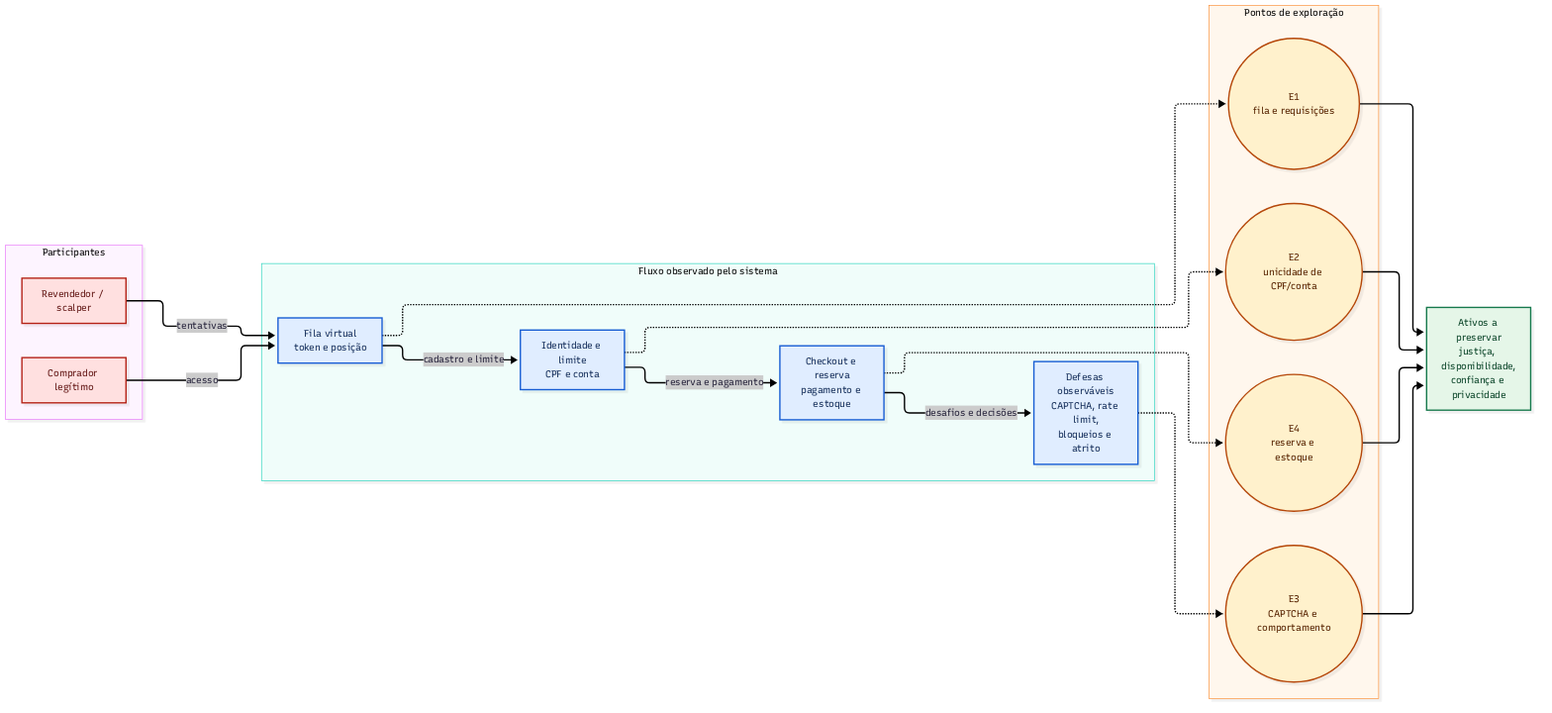
The Mermaid diagram diagramas/superficie-de-ataque.png in felipehscherer/trabalho-engenharia-adversarial, before a commit. Its source is kept beside it as diagramas/superficie-de-ataque.mmd.
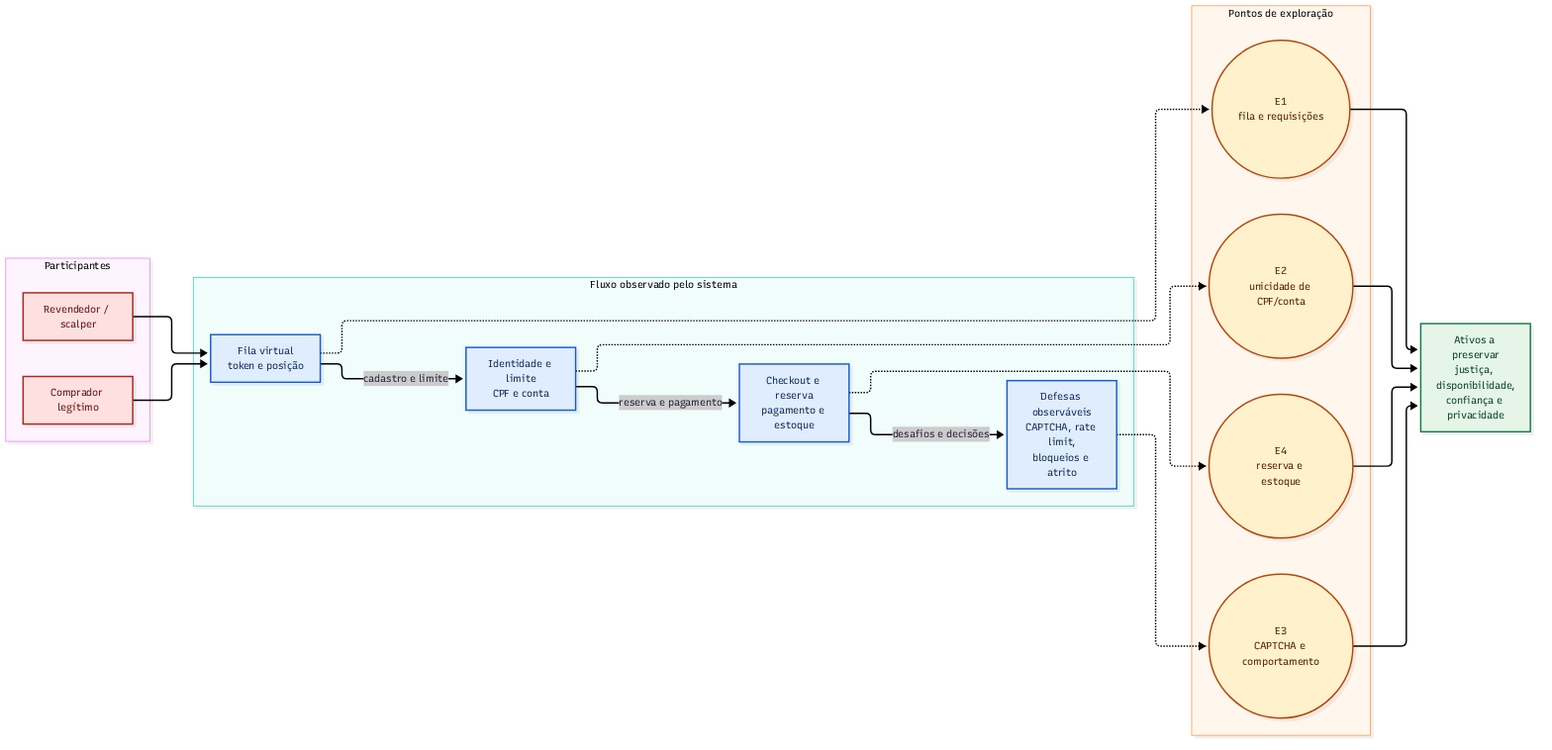
After the commit.

Commit message:
docs: reduzir ruído visual no diagrama de ataque

The edit, as a diff of the source:
```diff
@@ -26,8 +26,8 @@
 
     A["Ativos a preservar<br/>justiça, disponibilidade,<br/>confiança e privacidade"]
 
-    S -->|tentativas| F
-    C -->|acesso| F
+    S --> F
+    C --> F
 
     F -.-> E1
     I -.-> E2
```
